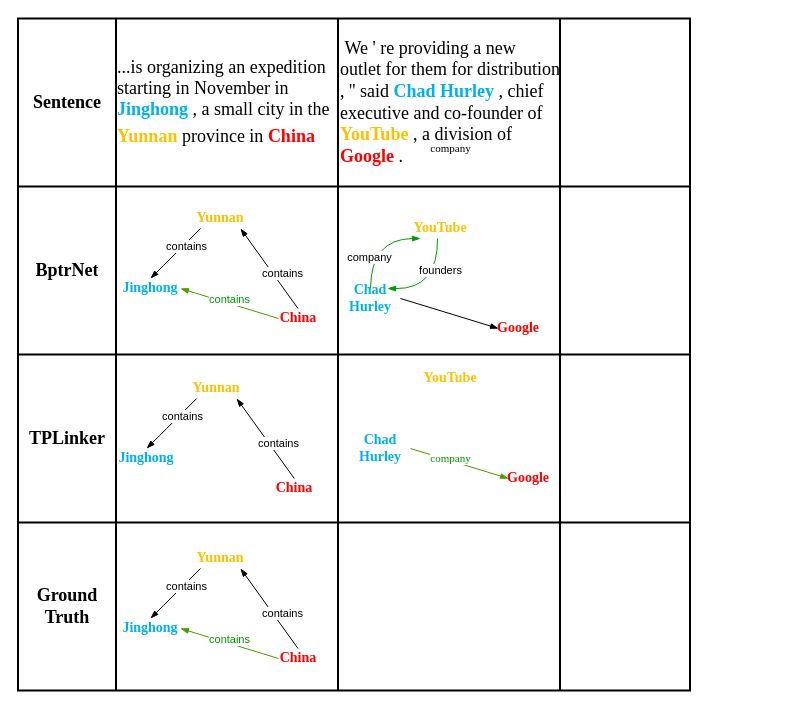
Before: Untitled Diagram.drawio in zhangSchnee/gittest, a draw.io diagram. Source tidied: cells renumbered, new cells numbered last; positions are measured from the earlier drawing's top-left corner, leaving out a move shared by most shapes. Both pictures are drawn from the tidied source at 100%, with x=0, y=0 at pixel (18, 18).
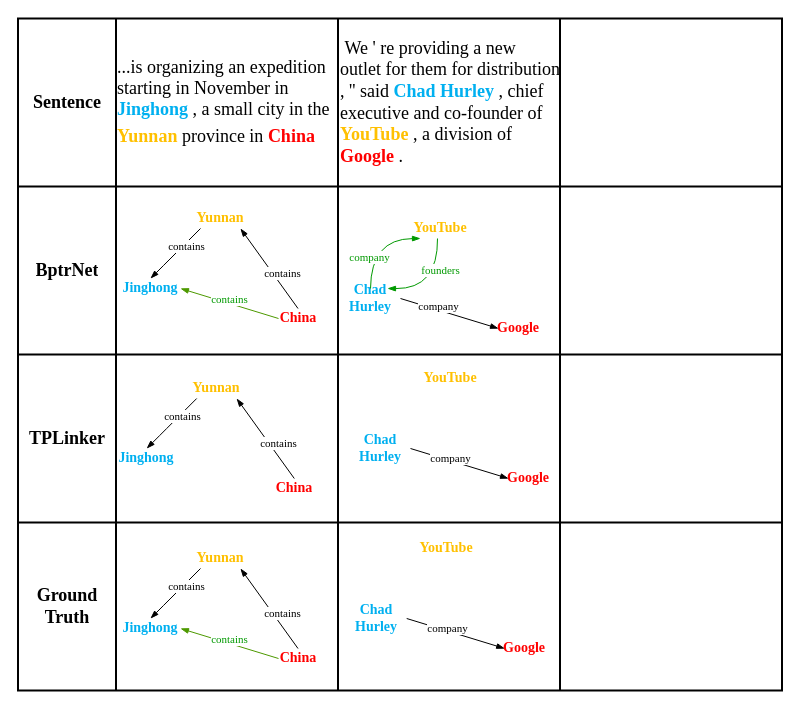
After the change.

The change refers to these unchanged cells:
```xml
<mxCell id="24" style="endArrow=none;html=1;startArrow=blockThin;startFill=1;endFill=0;" parent="1" edge="1">
  <mxGeometry relative="1" as="geometry">
    <mxPoint x="132" y="260" as="sourcePoint" />
    <mxPoint x="182" y="210" as="targetPoint" />
    <Array as="points">
      <mxPoint x="152" y="240" />
    </Array>
  </mxGeometry>
</mxCell>
<mxCell id="27" style="endArrow=none;html=1;startArrow=blockThin;startFill=1;endFill=0;rounded=1;exitX=1;exitY=1;exitDx=0;exitDy=0;entryX=0.5;entryY=0;entryDx=0;entryDy=0;" parent="1" edge="1" source="26" target="29">
  <mxGeometry relative="1" as="geometry" />
</mxCell>
<mxCell id="30" style="endArrow=none;html=1;startArrow=blockThin;startFill=1;endFill=0;rounded=1;strokeColor=#4D9900;" parent="1" edge="1">
  <mxGeometry relative="1" as="geometry">
    <mxPoint x="162" y="270" as="sourcePoint" />
    <mxPoint x="260" y="300" as="targetPoint" />
  </mxGeometry>
</mxCell>
<mxCell id="33" style="endArrow=none;html=1;startArrow=blockThin;startFill=1;endFill=0;" parent="1" edge="1">
  <mxGeometry relative="1" as="geometry">
    <mxPoint x="132" y="600" as="sourcePoint" />
    <mxPoint x="182" y="550" as="targetPoint" />
    <Array as="points">
      <mxPoint x="152" y="580" />
    </Array>
  </mxGeometry>
</mxCell>
<mxCell id="36" style="endArrow=none;html=1;startArrow=blockThin;startFill=1;endFill=0;rounded=1;exitX=1;exitY=1;exitDx=0;exitDy=0;entryX=0.5;entryY=0;entryDx=0;entryDy=0;" parent="1" edge="1" source="35" target="38">
  <mxGeometry relative="1" as="geometry" />
</mxCell>
<mxCell id="39" style="endArrow=none;html=1;startArrow=blockThin;startFill=1;endFill=0;rounded=1;strokeColor=#4D9900;" parent="1" edge="1">
  <mxGeometry relative="1" as="geometry">
    <mxPoint x="162" y="610" as="sourcePoint" />
    <mxPoint x="260" y="640" as="targetPoint" />
  </mxGeometry>
</mxCell>
<mxCell id="42" style="endArrow=none;html=1;startArrow=blockThin;startFill=1;endFill=0;" parent="1" edge="1">
  <mxGeometry relative="1" as="geometry">
    <mxPoint x="128.2" y="430" as="sourcePoint" />
    <mxPoint x="178.2" y="380" as="targetPoint" />
    <Array as="points">
      <mxPoint x="148.2" y="410" />
    </Array>
  </mxGeometry>
</mxCell>
<mxCell id="45" style="endArrow=none;html=1;startArrow=blockThin;startFill=1;endFill=0;rounded=1;exitX=1;exitY=1;exitDx=0;exitDy=0;entryX=0.5;entryY=0;entryDx=0;entryDy=0;" parent="1" edge="1" source="44" target="47">
  <mxGeometry relative="1" as="geometry" />
</mxCell>
<mxCell id="49" style="endArrow=none;html=1;startArrow=blockThin;startFill=1;endFill=0;edgeStyle=orthogonalEdgeStyle;curved=1;strokeColor=#009900;" parent="1" edge="1">
  <mxGeometry relative="1" as="geometry">
    <mxPoint x="402" y="220" as="sourcePoint" />
    <mxPoint x="352" y="270" as="targetPoint" />
  </mxGeometry>
</mxCell>
<mxCell id="53" style="endArrow=none;html=1;startArrow=blockThin;startFill=1;endFill=0;rounded=1;" parent="1" edge="1">
  <mxGeometry relative="1" as="geometry">
    <mxPoint x="480" y="310" as="sourcePoint" />
    <mxPoint x="382" y="280" as="targetPoint" />
  </mxGeometry>
</mxCell>
<mxCell id="55" style="endArrow=none;html=1;startArrow=blockThin;startFill=1;endFill=0;edgeStyle=orthogonalEdgeStyle;curved=1;strokeColor=#009900;" parent="1" edge="1">
  <mxGeometry relative="1" as="geometry">
    <mxPoint x="369" y="270" as="sourcePoint" />
    <mxPoint x="419" y="220" as="targetPoint" />
  </mxGeometry>
</mxCell>
```

What changed in the source:
```diff
@@
     <mxCell id="2" style="shape=table;html=1;whiteSpace=wrap;startSize=0;childLayout=tableLayout;strokeWidth=2;perimeterSpacing=1;" parent="1" vertex="1">
-      <mxGeometry x="-0.5" width="672" height="672" as="geometry" />
+      <mxGeometry x="-0.5" width="764" height="672" as="geometry" />
     </mxCell>
     <mxCell id="3" style="shape=partialRectangle;html=1;whiteSpace=wrap;fillColor=none;top=0;left=0;bottom=0;right=0;" parent="2" vertex="1">
-      <mxGeometry width="672" height="168" as="geometry" />
+      <mxGeometry width="764" height="168" as="geometry" />
     </mxCell>
@@
     <mxCell id="7" style="shape=partialRectangle;html=1;whiteSpace=wrap;overflow=hidden;fillColor=none;top=0;left=0;bottom=0;right=0;" parent="3" vertex="1">
-      <mxGeometry x="542" width="130" height="168" as="geometry" />
+      <mxGeometry x="542" width="222" height="168" as="geometry" />
     </mxCell>
     <mxCell id="8" style="shape=partialRectangle;html=1;whiteSpace=wrap;fillColor=none;top=0;left=0;bottom=0;right=0;" parent="2" vertex="1">
-      <mxGeometry y="168" width="672" height="168" as="geometry" />
+      <mxGeometry y="168" width="764" height="168" as="geometry" />
     </mxCell>
@@
     <mxCell id="12" style="shape=partialRectangle;html=1;whiteSpace=wrap;overflow=hidden;fillColor=none;top=0;left=0;bottom=0;right=0;" parent="8" vertex="1">
-      <mxGeometry x="542" width="130" height="168" as="geometry" />
+      <mxGeometry x="542" width="222" height="168" as="geometry" />
     </mxCell>
     <mxCell id="13" style="shape=partialRectangle;html=1;whiteSpace=wrap;fillColor=none;top=0;left=0;bottom=0;right=0;" parent="2" vertex="1">
-      <mxGeometry y="336" width="672" height="168" as="geometry" />
+      <mxGeometry y="336" width="764" height="168" as="geometry" />
     </mxCell>
@@
     <mxCell id="17" style="shape=partialRectangle;html=1;whiteSpace=wrap;overflow=hidden;fillColor=none;top=0;left=0;bottom=0;right=0;" parent="13" vertex="1">
-      <mxGeometry x="542" width="130" height="168" as="geometry" />
+      <mxGeometry x="542" width="222" height="168" as="geometry" />
     </mxCell>
     <mxCell id="18" style="shape=partialRectangle;html=1;whiteSpace=wrap;fillColor=none;top=0;left=0;bottom=0;right=0;" parent="2" vertex="1">
-      <mxGeometry y="504" width="672" height="168" as="geometry" />
+      <mxGeometry y="504" width="764" height="168" as="geometry" />
     </mxCell>
@@
     <mxCell id="22" style="shape=partialRectangle;html=1;whiteSpace=wrap;overflow=hidden;fillColor=none;top=0;left=0;bottom=0;right=0;" parent="18" vertex="1">
-      <mxGeometry x="542" width="130" height="168" as="geometry" />
+      <mxGeometry x="542" width="222" height="168" as="geometry" />
     </mxCell>
@@
-    <mxCell id="25" value="contains" style="edgeLabel;html=1;align=center;verticalAlign=middle;" parent="24" vertex="1">
+    <mxCell id="25" value="&lt;font face=&quot;Times New Roman&quot;&gt;contains&lt;/font&gt;" style="edgeLabel;html=1;align=center;verticalAlign=middle;" parent="24" vertex="1">
       <mxGeometry x="0.37" y="-2" relative="1" as="geometry" />
     </mxCell>
@@
-    <mxCell id="28" value="contains" style="edgeLabel;html=1;align=center;verticalAlign=middle;" parent="27" vertex="1">
+    <mxCell id="28" value="&lt;font face=&quot;Times New Roman&quot;&gt;contains&lt;/font&gt;" style="edgeLabel;html=1;align=center;verticalAlign=middle;" parent="27" vertex="1">
       <mxGeometry x="0.22" y="8" relative="1" as="geometry" />
     </mxCell>
@@
-    <mxCell id="31" value="&lt;font color=&quot;#009900&quot;&gt;contains&lt;/font&gt;" style="edgeLabel;html=1;align=center;verticalAlign=middle;" parent="30" vertex="1">
+    <mxCell id="31" value="&lt;font color=&quot;#009900&quot; face=&quot;Times New Roman&quot;&gt;contains&lt;/font&gt;" style="edgeLabel;html=1;align=center;verticalAlign=middle;" parent="30" vertex="1">
       <mxGeometry x="0.37" y="-2" relative="1" as="geometry">
         <mxPoint x="-17.4" y="-12.4" as="offset" />
       </mxGeometry>
     </mxCell>
@@
-    <mxCell id="34" value="contains" style="edgeLabel;html=1;align=center;verticalAlign=middle;" parent="33" vertex="1">
+    <mxCell id="34" value="&lt;font face=&quot;Times New Roman&quot;&gt;contains&lt;/font&gt;" style="edgeLabel;html=1;align=center;verticalAlign=middle;" parent="33" vertex="1">
       <mxGeometry x="0.37" y="-2" relative="1" as="geometry" />
     </mxCell>
@@
-    <mxCell id="37" value="contains" style="edgeLabel;html=1;align=center;verticalAlign=middle;" parent="36" vertex="1">
+    <mxCell id="37" value="&lt;font face=&quot;Times New Roman&quot;&gt;contains&lt;/font&gt;" style="edgeLabel;html=1;align=center;verticalAlign=middle;" parent="36" vertex="1">
       <mxGeometry x="0.22" y="8" relative="1" as="geometry" />
     </mxCell>
@@
-    <mxCell id="40" value="&lt;font color=&quot;#009900&quot;&gt;contains&lt;/font&gt;" style="edgeLabel;html=1;align=center;verticalAlign=middle;" parent="39" vertex="1">
+    <mxCell id="40" value="&lt;font color=&quot;#009900&quot; face=&quot;Times New Roman&quot;&gt;contains&lt;/font&gt;" style="edgeLabel;html=1;align=center;verticalAlign=middle;" parent="39" vertex="1">
       <mxGeometry x="0.37" y="-2" relative="1" as="geometry">
         <mxPoint x="-17.4" y="-12.4" as="offset" />
       </mxGeometry>
     </mxCell>
@@
-    <mxCell id="43" value="contains" style="edgeLabel;html=1;align=center;verticalAlign=middle;" parent="42" vertex="1">
+    <mxCell id="43" value="&lt;font face=&quot;Times New Roman&quot;&gt;contains&lt;/font&gt;" style="edgeLabel;html=1;align=center;verticalAlign=middle;" parent="42" vertex="1">
       <mxGeometry x="0.37" y="-2" relative="1" as="geometry" />
     </mxCell>
@@
-    <mxCell id="46" value="contains" style="edgeLabel;html=1;align=center;verticalAlign=middle;" parent="45" vertex="1">
+    <mxCell id="46" value="&lt;font face=&quot;Times New Roman&quot;&gt;contains&lt;/font&gt;" style="edgeLabel;html=1;align=center;verticalAlign=middle;" parent="45" vertex="1">
       <mxGeometry x="0.22" y="8" relative="1" as="geometry" />
     </mxCell>
@@
-    <mxCell id="50" value="company" style="edgeLabel;html=1;align=center;verticalAlign=middle;" parent="49" vertex="1">
+    <mxCell id="50" value="&lt;font color=&quot;#009900&quot; face=&quot;Times New Roman&quot;&gt;company&lt;/font&gt;" style="edgeLabel;html=1;align=center;verticalAlign=middle;" parent="49" vertex="1">
       <mxGeometry x="0.37" y="-2" relative="1" as="geometry" />
     </mxCell>
@@
-    <mxCell id="54" value="&lt;font&gt;company&lt;/font&gt;" style="edgeLabel;html=1;align=center;verticalAlign=middle;fontFamily=Times New Roman;" parent="53" vertex="1">
-      <mxGeometry x="0.37" y="-2" relative="1" as="geometry">
-        <mxPoint x="18.3" y="-157.6" as="offset" />
-      </mxGeometry>
-    </mxCell>
+    <mxCell id="62" value="&lt;font face=&quot;Times New Roman&quot;&gt;company&lt;/font&gt;" style="edgeLabel;html=1;align=center;verticalAlign=middle;fontColor=#000000;" parent="53" vertex="1">
+      <mxGeometry x="0.26" y="-4" relative="1" as="geometry" />
+    </mxCell>
@@
-    <mxCell id="56" value="founders" style="edgeLabel;html=1;align=center;verticalAlign=middle;" parent="55" vertex="1">
+    <mxCell id="56" value="&lt;font face=&quot;Times New Roman&quot; color=&quot;#009900&quot;&gt;founders&lt;/font&gt;" style="edgeLabel;html=1;align=center;verticalAlign=middle;" parent="55" vertex="1">
       <mxGeometry x="0.37" y="-2" relative="1" as="geometry" />
     </mxCell>
@@
-    <mxCell id="60" style="endArrow=none;html=1;startArrow=blockThin;startFill=1;endFill=0;rounded=1;strokeColor=#4D9900;" parent="1" edge="1">
+    <mxCell id="60" style="endArrow=none;html=1;startArrow=blockThin;startFill=1;endFill=0;rounded=1;" parent="1" edge="1">
       <mxGeometry relative="1" as="geometry">
         <mxPoint x="490" y="460" as="sourcePoint" />
         <mxPoint x="392" y="430" as="targetPoint" />
       </mxGeometry>
     </mxCell>
-    <mxCell id="61" value="&lt;font color=&quot;#009900&quot;&gt;company&lt;/font&gt;" style="edgeLabel;html=1;align=center;verticalAlign=middle;fontFamily=Times New Roman;" parent="60" vertex="1">
+    <mxCell id="61" value="&lt;font&gt;company&lt;/font&gt;" style="edgeLabel;html=1;align=center;verticalAlign=middle;fontFamily=Times New Roman;" parent="60" vertex="1">
       <mxGeometry x="0.37" y="-2" relative="1" as="geometry">
         <mxPoint x="8.3" y="2.4" as="offset" />
       </mxGeometry>
     </mxCell>
+    <mxCell id="63" value="&lt;span style=&quot;color: rgb(0 , 176 , 240) ; font-family: &amp;#34;times new roman&amp;#34; ; font-weight: 700 ; text-align: left&quot;&gt;&lt;font style=&quot;font-size: 14px&quot;&gt;Chad Hurley&lt;/font&gt;&lt;/span&gt;" style="text;html=1;strokeColor=none;fillColor=none;align=center;verticalAlign=middle;whiteSpace=wrap;rounded=0;" parent="1" vertex="1">
+      <mxGeometry x="338.2" y="590" width="40" height="20" as="geometry" />
+    </mxCell>
+    <mxCell id="64" value="&lt;span style=&quot;color: rgb(255 , 192 , 0) ; font-family: &amp;#34;times new roman&amp;#34; ; font-size: 14px ; font-weight: 700 ; text-align: left&quot;&gt;YouTube&lt;/span&gt;" style="text;html=1;strokeColor=none;fillColor=none;align=center;verticalAlign=middle;whiteSpace=wrap;rounded=0;" parent="1" vertex="1">
+      <mxGeometry x="408.2" y="520" width="40" height="20" as="geometry" />
+    </mxCell>
+    <mxCell id="65" value="&lt;span style=&quot;color: rgb(255 , 0 , 0) ; font-family: &amp;#34;times new roman&amp;#34; ; font-weight: 700 ; text-align: left&quot;&gt;&lt;font style=&quot;font-size: 14px&quot;&gt;Google&lt;/font&gt;&lt;/span&gt;" style="text;html=1;strokeColor=none;fillColor=none;align=center;verticalAlign=middle;whiteSpace=wrap;rounded=0;" parent="1" vertex="1">
+      <mxGeometry x="485.8" y="620" width="40" height="20" as="geometry" />
+    </mxCell>
+    <mxCell id="66" style="endArrow=none;html=1;startArrow=blockThin;startFill=1;endFill=0;rounded=1;" parent="1" edge="1">
+      <mxGeometry relative="1" as="geometry">
+        <mxPoint x="486.2" y="630" as="sourcePoint" />
+        <mxPoint x="388.2" y="600" as="targetPoint" />
+      </mxGeometry>
+    </mxCell>
+    <mxCell id="54" value="&lt;font&gt;company&lt;/font&gt;" style="edgeLabel;html=1;align=center;verticalAlign=middle;fontFamily=Times New Roman;" parent="66" vertex="1">
+      <mxGeometry x="0.37" y="-2" relative="1" as="geometry">
+        <mxPoint x="8.3" y="2.4" as="offset" />
+      </mxGeometry>
+    </mxCell>
```
